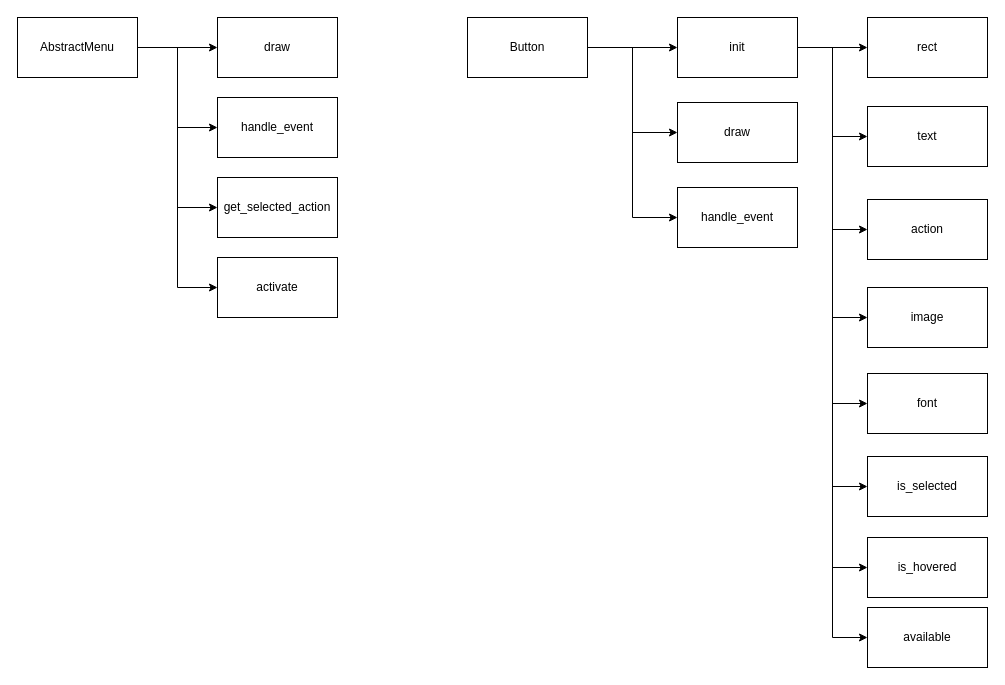
Above: page "menuclass" (5 of 6) of 計劃書.drawio in jui-pixel/aoop_2025_group12_Alchmey_RPG_game (draw.io), before the change. Source tidied: cells renumbered, new cells numbered last; positions are measured from the earlier drawing's top-left corner, leaving out a move shared by most shapes. Both pictures are drawn from the tidied source at 100%, with x=0, y=0 at pixel (17, 17).
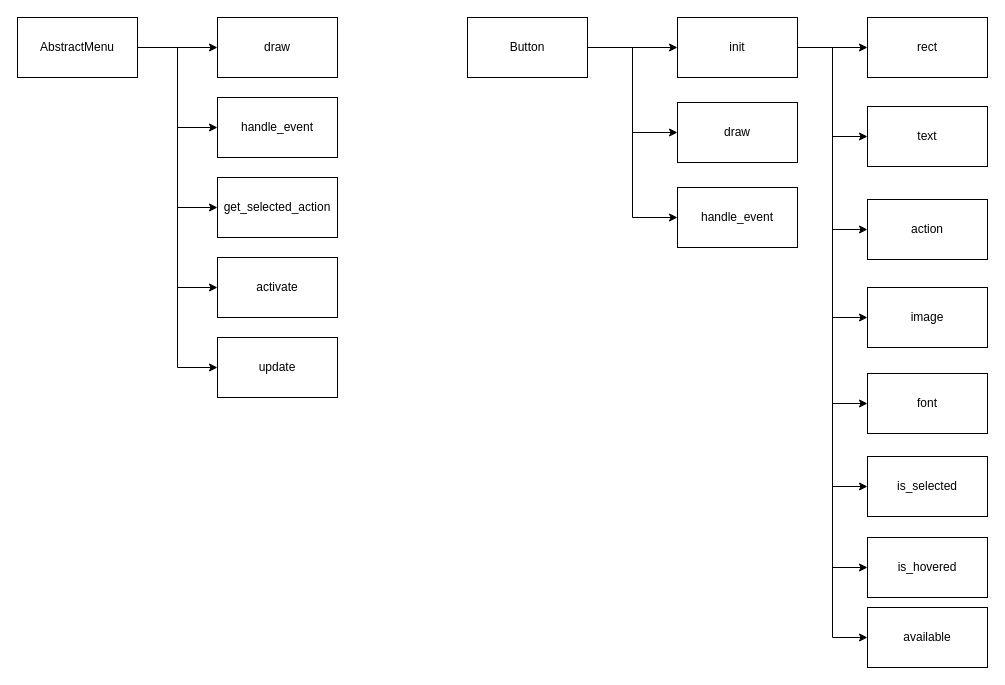
The same diagram, later.

Commit message (it also covers changes not shown here):
update skill chain edition

The change refers to these unchanged cells:
```xml
<mxCell id="6" value="AbstractMenu" style="rounded=0;whiteSpace=wrap;html=1;" parent="1" vertex="1">
  <mxGeometry width="120" height="60" as="geometry" />
</mxCell>
```

Change to the diagram source:
```diff
@@
+    <mxCell id="34" style="edgeStyle=orthogonalEdgeStyle;rounded=0;jettySize=auto;html=1;entryX=0;entryY=0.5;entryDx=0;entryDy=0;" parent="1" edge="1" source="6" target="35">
+      <mxGeometry relative="1" as="geometry" />
+    </mxCell>
@@
+    <mxCell id="35" value="update" style="rounded=0;whiteSpace=wrap;html=1;" parent="1" vertex="1">
+      <mxGeometry x="200" y="320" width="120" height="60" as="geometry" />
+    </mxCell>
```
